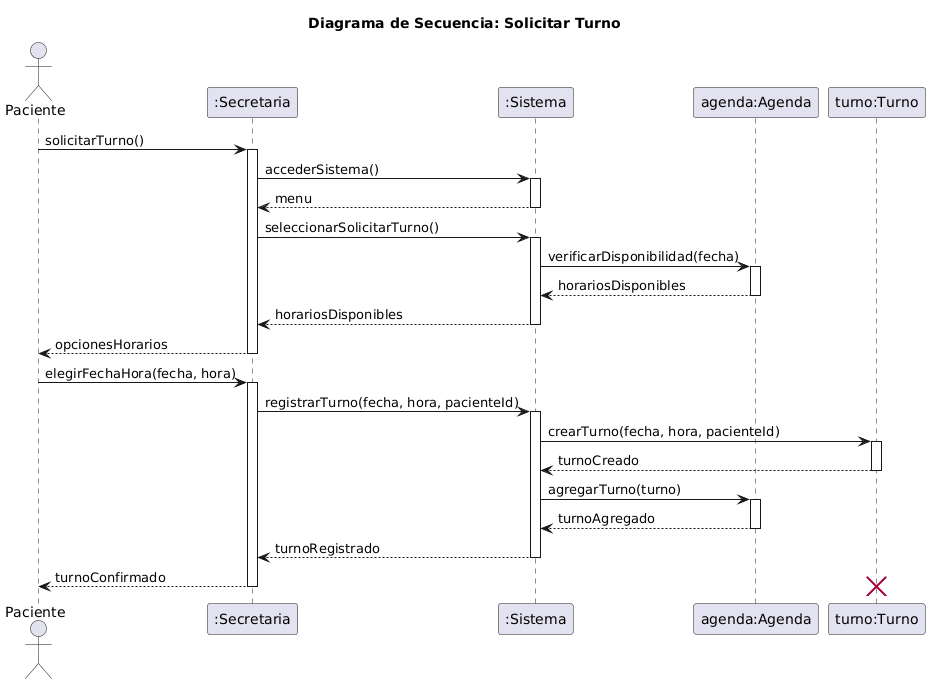
The PlantUML diagram diagramas/05-diagramas-secuencia/05-secuencia-solicitar-turno-solicitar-turno-01.png in FacundoGuiraldes/SistemaTurnosMedicos, before a commit.
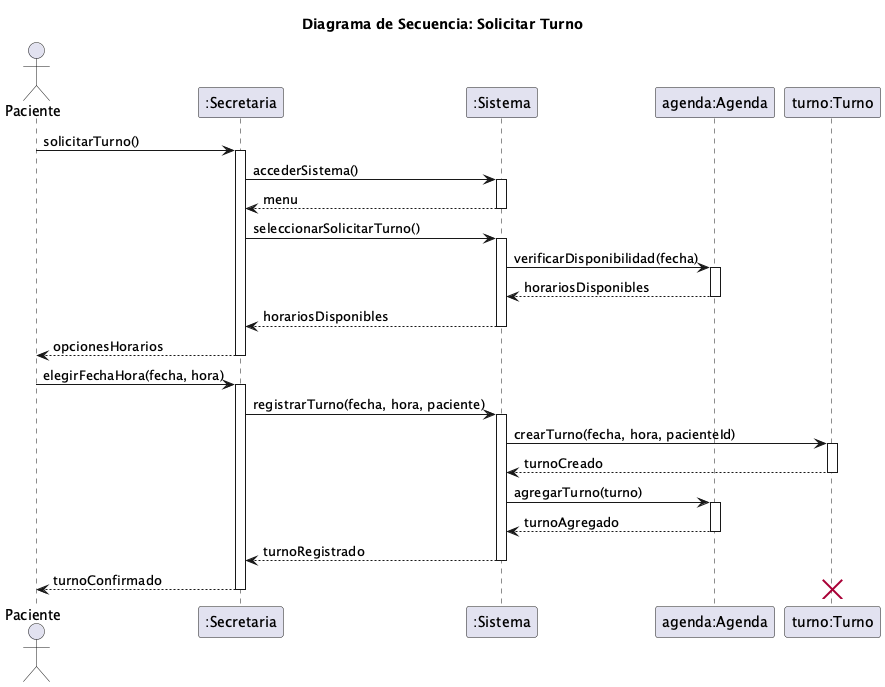
After the change.

Commit message:
fix(diagramas): usar paciente en lugar de pacienteId en secuencia CU01 (RCN8)

Corrige registrarTurno según el nivel de abstracción UML de la materia.

Diff of the diagram source:
```diff
@@ -26,7 +26,7 @@
 
 Paciente -> secretaria: elegirFechaHora(fecha, hora)
 activate secretaria
-secretaria -> sistema: registrarTurno(fecha, hora, pacienteId)
+secretaria -> sistema: registrarTurno(fecha, hora, paciente)
 activate sistema
 sistema -> turno: crearTurno(fecha, hora, pacienteId)
 activate turno
```
